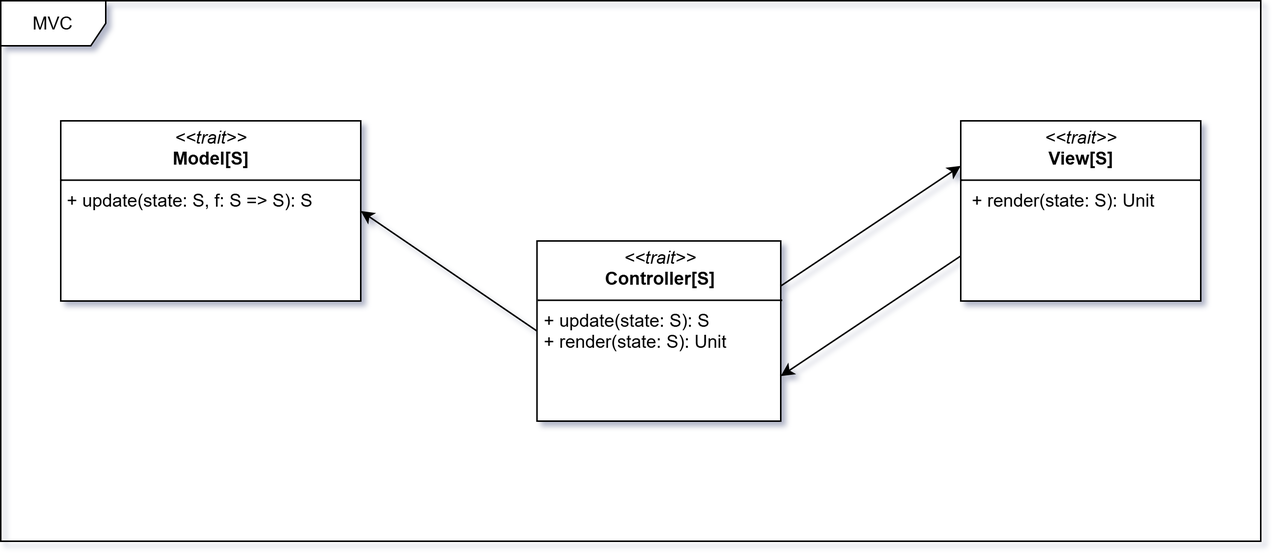
This is docs/static/img/03-architectural-design/mvc.png from Scala-Robotics-Simulator/PPS-22-srs, a draw.io export, as it was before one commit. Source tidied: cells renumbered, new cells last; positions are measured from the earlier drawing's top-left corner, leaving out a move shared by most shapes. Source of this version:
```xml
<mxGraphModel>
  <root>
    <mxCell id="0" />
    <mxCell id="1" parent="0" />
    <mxCell id="2" value="MVC" style="shape=umlFrame;whiteSpace=wrap;html=1;width=70;height=30;" parent="1" vertex="1">
      <mxGeometry width="840" height="360" as="geometry" />
    </mxCell>
    <mxCell id="3" style="rounded=0;jettySize=auto;html=1;entryX=1;entryY=0.5;entryDx=0;entryDy=0;exitX=0;exitY=0.5;exitDx=0;exitDy=0;" parent="1" edge="1" source="5" target="8">
      <mxGeometry relative="1" as="geometry" />
    </mxCell>
    <mxCell id="4" style="rounded=0;jettySize=auto;html=1;entryX=0;entryY=0.25;entryDx=0;entryDy=0;exitX=1;exitY=0.25;exitDx=0;exitDy=0;" parent="1" edge="1" source="5" target="7">
      <mxGeometry relative="1" as="geometry" />
    </mxCell>
    <mxCell id="5" value="&lt;p style=&quot;margin:0px;margin-top:4px;text-align:center;&quot;&gt;&lt;i&gt;&amp;lt;&amp;lt;trait&amp;gt;&amp;gt;&lt;/i&gt;&lt;br&gt;&lt;b&gt;Controller[S]&lt;/b&gt;&lt;/p&gt;&lt;hr size=&quot;1&quot; style=&quot;border-style:solid;&quot;&gt;&lt;p style=&quot;margin:0px;margin-left:4px;&quot;&gt;+ update(state: S): S&lt;/p&gt;&lt;p style=&quot;margin:0px;margin-left:4px;&quot;&gt;+ render(state: S): Unit&lt;/p&gt;" style="verticalAlign=top;align=left;overflow=fill;html=1;whiteSpace=wrap;" parent="1" vertex="1">
      <mxGeometry x="357.5" y="160" width="162.5" height="120" as="geometry" />
    </mxCell>
    <mxCell id="6" style="rounded=0;jettySize=auto;html=1;entryX=1;entryY=0.75;entryDx=0;entryDy=0;exitX=0;exitY=0.75;exitDx=0;exitDy=0;" parent="1" edge="1" source="7" target="5">
      <mxGeometry relative="1" as="geometry" />
    </mxCell>
    <mxCell id="7" value="&lt;p style=&quot;margin:0px;margin-top:4px;text-align:center;&quot;&gt;&lt;i&gt;&amp;lt;&amp;lt;trait&amp;gt;&amp;gt;&lt;/i&gt;&lt;br&gt;&lt;b&gt;View[S]&lt;/b&gt;&lt;/p&gt;&lt;hr size=&quot;1&quot; style=&quot;border-style:solid;&quot;&gt;&lt;p style=&quot;margin:0px;margin-left:4px;&quot;&gt;&lt;span style=&quot;background-color: transparent; color: light-dark(rgb(0, 0, 0), rgb(255, 255, 255));&quot;&gt;&amp;nbsp;+ render(state: S): Unit&lt;/span&gt;&lt;/p&gt;&lt;p style=&quot;margin:0px;margin-left:4px;&quot;&gt;&lt;br&gt;&lt;/p&gt;" style="verticalAlign=top;align=left;overflow=fill;html=1;whiteSpace=wrap;" parent="1" vertex="1">
      <mxGeometry x="640" y="80" width="160" height="120" as="geometry" />
    </mxCell>
    <mxCell id="8" value="&lt;p style=&quot;margin:0px;margin-top:4px;text-align:center;&quot;&gt;&lt;i style=&quot;&quot;&gt;&amp;lt;&amp;lt;trait&amp;gt;&amp;gt;&lt;/i&gt;&lt;br&gt;&lt;b&gt;Model[S]&lt;/b&gt;&lt;/p&gt;&lt;hr size=&quot;1&quot; style=&quot;border-style:solid;&quot;&gt;&lt;p style=&quot;margin:0px;margin-left:4px;&quot;&gt;+ update(state: S, f: S =&amp;gt; S): S&lt;/p&gt;" style="verticalAlign=top;align=left;overflow=fill;html=1;whiteSpace=wrap;" parent="1" vertex="1">
      <mxGeometry x="40" y="80" width="200" height="120" as="geometry" />
    </mxCell>
  </root>
</mxGraphModel>
```
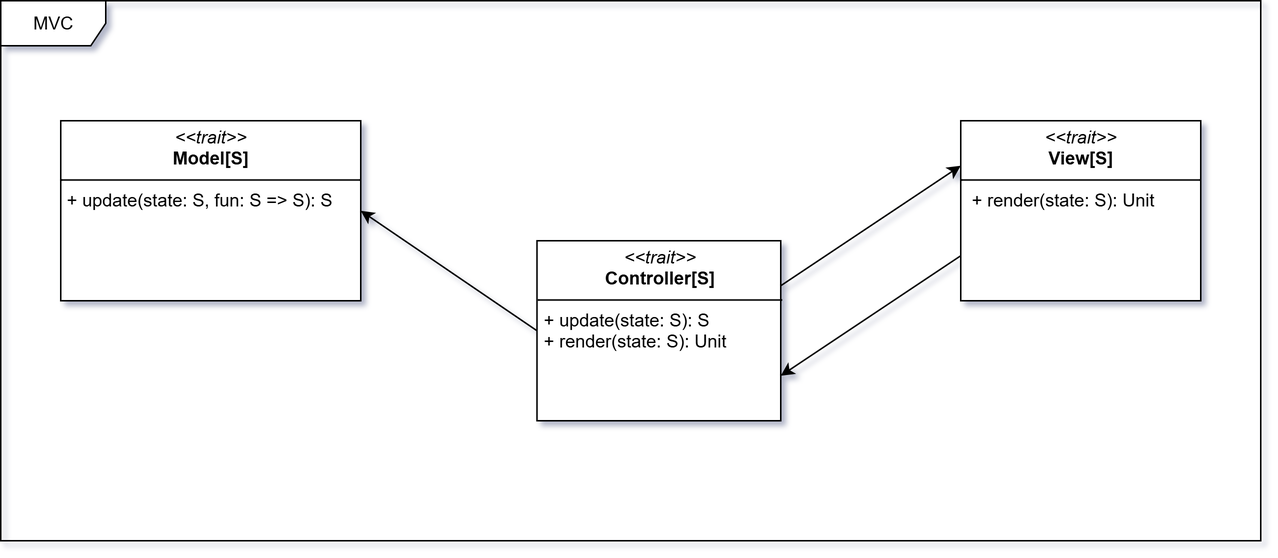
The same diagram one commit later.

What changed in the source:
```diff
@@ -20,7 +20,7 @@
     <mxCell id="7" value="&lt;p style=&quot;margin:0px;margin-top:4px;text-align:center;&quot;&gt;&lt;i&gt;&amp;lt;&amp;lt;trait&amp;gt;&amp;gt;&lt;/i&gt;&lt;br&gt;&lt;b&gt;View[S]&lt;/b&gt;&lt;/p&gt;&lt;hr size=&quot;1&quot; style=&quot;border-style:solid;&quot;&gt;&lt;p style=&quot;margin:0px;margin-left:4px;&quot;&gt;&lt;span style=&quot;background-color: transparent; color: light-dark(rgb(0, 0, 0), rgb(255, 255, 255));&quot;&gt;&amp;nbsp;+ render(state: S): Unit&lt;/span&gt;&lt;/p&gt;&lt;p style=&quot;margin:0px;margin-left:4px;&quot;&gt;&lt;br&gt;&lt;/p&gt;" style="verticalAlign=top;align=left;overflow=fill;html=1;whiteSpace=wrap;" parent="1" vertex="1">
       <mxGeometry x="640" y="80" width="160" height="120" as="geometry" />
     </mxCell>
-    <mxCell id="8" value="&lt;p style=&quot;margin:0px;margin-top:4px;text-align:center;&quot;&gt;&lt;i style=&quot;&quot;&gt;&amp;lt;&amp;lt;trait&amp;gt;&amp;gt;&lt;/i&gt;&lt;br&gt;&lt;b&gt;Model[S]&lt;/b&gt;&lt;/p&gt;&lt;hr size=&quot;1&quot; style=&quot;border-style:solid;&quot;&gt;&lt;p style=&quot;margin:0px;margin-left:4px;&quot;&gt;+ update(state: S, f: S =&amp;gt; S): S&lt;/p&gt;" style="verticalAlign=top;align=left;overflow=fill;html=1;whiteSpace=wrap;" parent="1" vertex="1">
+    <mxCell id="8" value="&lt;p style=&quot;margin:0px;margin-top:4px;text-align:center;&quot;&gt;&lt;i style=&quot;&quot;&gt;&amp;lt;&amp;lt;trait&amp;gt;&amp;gt;&lt;/i&gt;&lt;br&gt;&lt;b&gt;Model[S]&lt;/b&gt;&lt;/p&gt;&lt;hr size=&quot;1&quot; style=&quot;border-style:solid;&quot;&gt;&lt;p style=&quot;margin:0px;margin-left:4px;&quot;&gt;+ update(state: S, fun: S =&amp;gt; S): S&lt;/p&gt;" style="verticalAlign=top;align=left;overflow=fill;html=1;whiteSpace=wrap;" parent="1" vertex="1">
       <mxGeometry x="40" y="80" width="200" height="120" as="geometry" />
     </mxCell>
   </root>
```
